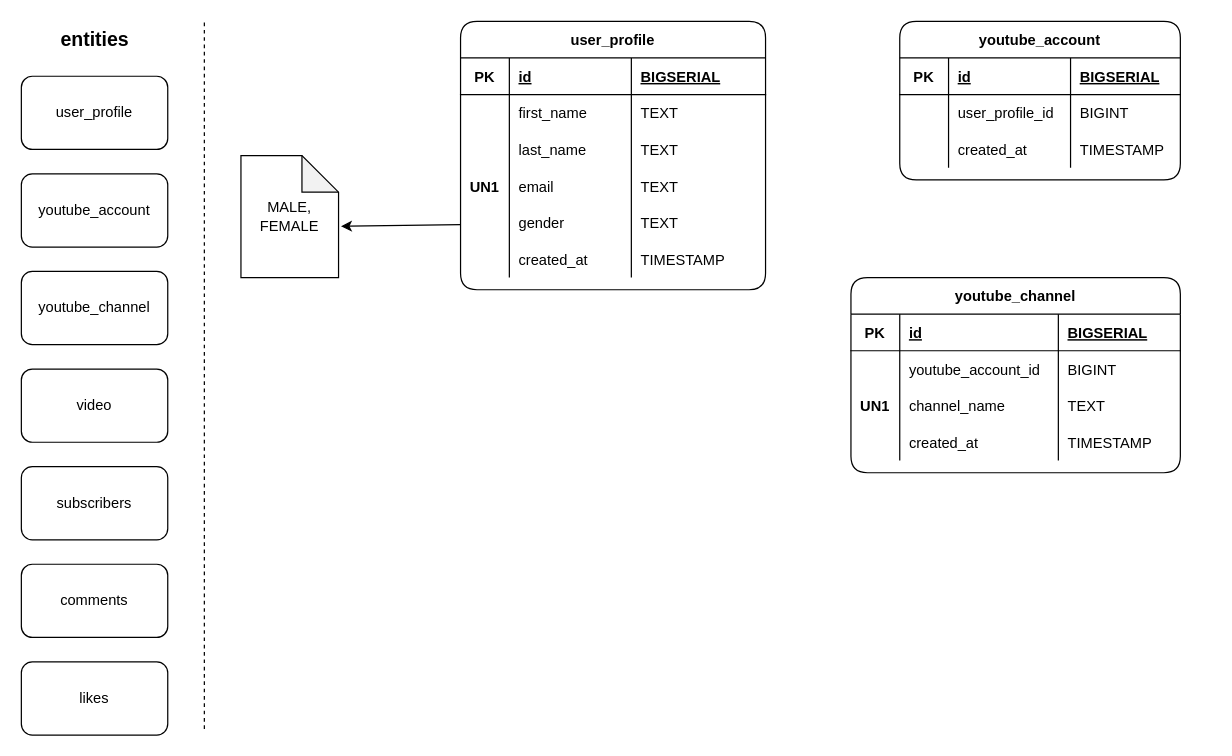
This is erd-course.drawio from teekaygithub/erd-course, a draw.io file, before an edit. Source tidied: cells renumbered, new cells numbered last; positions are measured from the earlier drawing's top-left corner, leaving out a move shared by most shapes. Both pictures are drawn from the tidied source at 122%, with x=0, y=0 at pixel (21, 21).
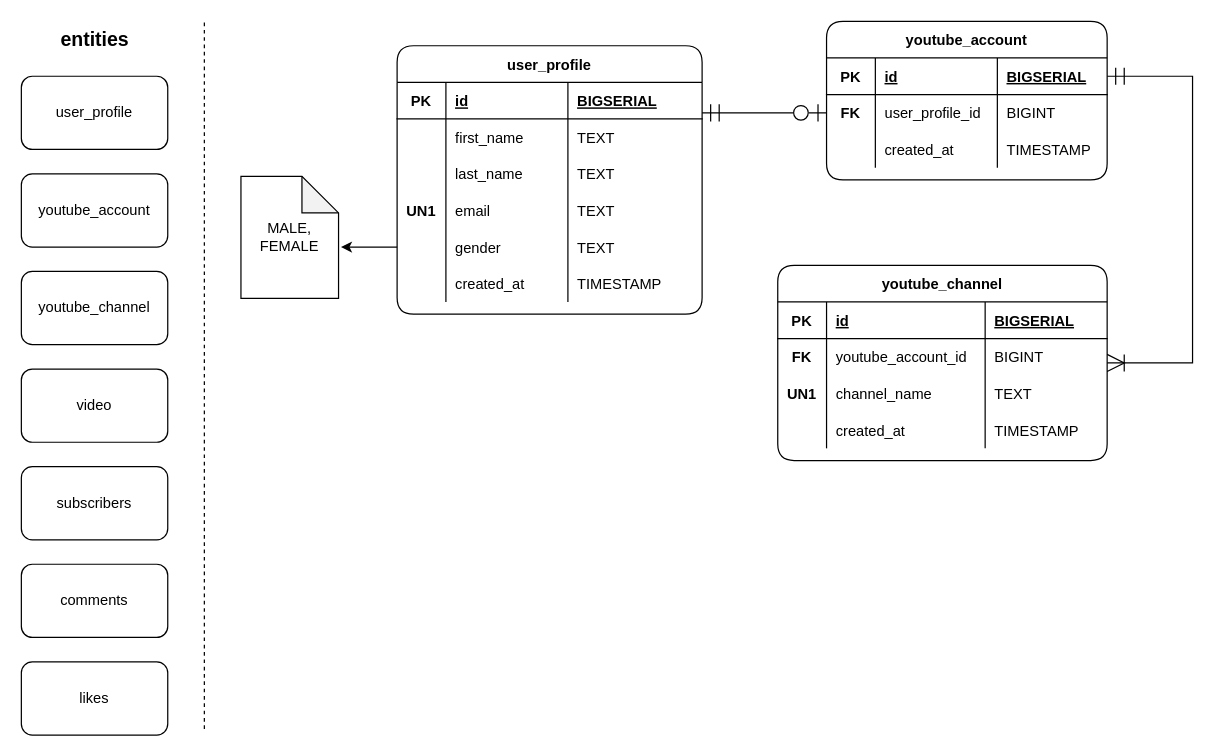
After the change.

Commit message:
cardinality between user, account, and channel

The change refers to these unchanged cells:
```xml
<mxCell id="39" style="shape=tableRow;horizontal=0;startSize=0;swimlaneHead=0;swimlaneBody=0;fillColor=none;points=[[0,0.5],[1,0.5]];portConstraint=eastwest;top=0;left=0;right=0;bottom=1;" parent="38" vertex="1">
  <mxGeometry y="30" width="230" height="30" as="geometry" />
</mxCell>
<mxCell id="43" style="shape=tableRow;horizontal=0;startSize=0;swimlaneHead=0;swimlaneBody=0;fillColor=none;points=[[0,0.5],[1,0.5]];portConstraint=eastwest;top=0;left=0;right=0;bottom=0;" parent="38" vertex="1">
  <mxGeometry y="60" width="230" height="30" as="geometry" />
</mxCell>
<mxCell id="56" style="shape=tableRow;horizontal=0;startSize=0;swimlaneHead=0;swimlaneBody=0;fillColor=none;top=0;left=0;right=0;bottom=0;" parent="51" vertex="1">
  <mxGeometry y="60" width="270" height="30" as="geometry" />
</mxCell>
```

What changed in the source:
```diff
@@
+    <mxCell id="68" style="edgeStyle=orthogonalEdgeStyle;rounded=0;jettySize=auto;html=1;exitX=1;exitY=0.25;exitDx=0;exitDy=0;entryX=0;entryY=0.5;entryDx=0;entryDy=0;fontSize=16;endArrow=ERzeroToOne;endFill=0;endSize=12;startArrow=ERmandOne;startFill=0;startSize=12;" parent="1" edge="1" source="9" target="43">
+      <mxGeometry relative="1" as="geometry" />
+    </mxCell>
     <mxCell id="9" value="user_profile" style="shape=table;startSize=30;childLayout=tableLayout;rowLines=0;fontStyle=1;align=center;rounded=1;swimlaneLine=1;" parent="1" vertex="1">
-      <mxGeometry x="360" width="250" height="220" as="geometry" />
+      <mxGeometry x="308" y="20" width="250" height="220" as="geometry" />
     </mxCell>
@@
     <mxCell id="34" value="&lt;div&gt;MALE,&lt;/div&gt;&lt;div&gt;FEMALE&lt;br&gt;&lt;/div&gt;" style="shape=note;whiteSpace=wrap;html=1;backgroundOutline=1;darkOpacity=0.05;rounded=1;" parent="1" vertex="1">
-      <mxGeometry x="180" y="110" width="80" height="100" as="geometry" />
+      <mxGeometry x="180" y="127" width="80" height="100" as="geometry" />
     </mxCell>
@@
     <mxCell id="38" value="youtube_account" style="shape=table;startSize=30;childLayout=tableLayout;rowLines=0;fontStyle=1;align=center;rounded=1;swimlaneLine=1;" parent="1" vertex="1">
-      <mxGeometry x="720" width="230" height="130" as="geometry" />
+      <mxGeometry x="660" width="230" height="130" as="geometry" />
     </mxCell>
@@
-    <mxCell id="44" style="shape=partialRectangle;fillColor=none;top=0;left=0;bottom=0;right=0;overflow=hidden;" parent="43" vertex="1">
+    <mxCell id="44" value="FK" style="shape=partialRectangle;fillColor=none;top=0;left=0;bottom=0;right=0;overflow=hidden;fontStyle=1;" parent="43" vertex="1">
       <mxGeometry width="40" height="30" as="geometry" />
     </mxCell>
@@
     <mxCell id="51" value="youtube_channel" style="shape=table;startSize=30;childLayout=tableLayout;rowLines=0;fontStyle=1;align=center;rounded=1;swimlaneLine=1;" parent="1" vertex="1">
-      <mxGeometry x="680" y="210" width="270" height="160" as="geometry" />
+      <mxGeometry x="620" y="200" width="270" height="160" as="geometry" />
     </mxCell>
@@
-    <mxCell id="57" style="shape=partialRectangle;fillColor=none;top=0;left=0;bottom=0;right=0;overflow=hidden;" parent="56" vertex="1">
+    <mxCell id="57" value="FK" style="shape=partialRectangle;fillColor=none;top=0;left=0;bottom=0;right=0;overflow=hidden;fontStyle=1;" parent="56" vertex="1">
       <mxGeometry width="40" height="30" as="geometry" />
     </mxCell>
@@
+    <mxCell id="69" style="edgeStyle=orthogonalEdgeStyle;rounded=0;jettySize=auto;html=1;exitX=1;exitY=0.5;exitDx=0;exitDy=0;entryX=1;entryY=0.5;entryDx=0;entryDy=0;fontSize=16;startArrow=ERmandOne;startFill=0;endArrow=ERoneToMany;endFill=0;startSize=12;endSize=12;" parent="1" edge="1" source="39" target="51">
+      <mxGeometry relative="1" as="geometry">
+        <Array as="points">
+          <mxPoint x="960" y="45" />
+          <mxPoint x="960" y="280" />
+        </Array>
+      </mxGeometry>
+    </mxCell>
```
